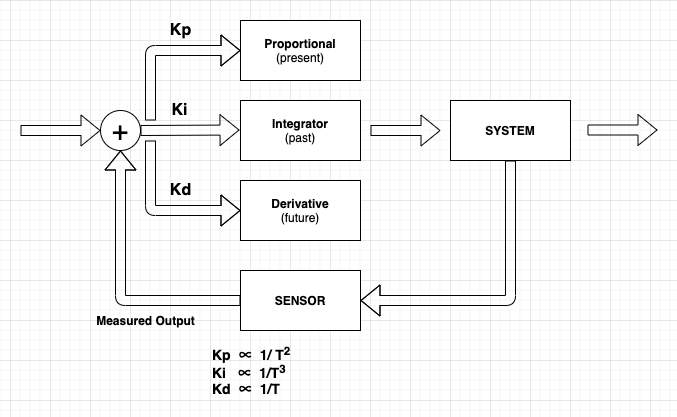
Above: image/PID_architecture.png in tomgtqq/SDC-P8-PID-Controller (draw.io), before the change. Source tidied: cells renumbered, new cells last; positions are measured from the earlier drawing's top-left corner, leaving out a move shared by most shapes. Source of this version:
```xml
<mxGraphModel>
  <root>
    <mxCell id="0" />
    <mxCell id="1" parent="0" />
    <mxCell id="2" value="&lt;b&gt;Proportional&lt;/b&gt;&lt;br&gt;(present)" style="rounded=0;whiteSpace=wrap;html=1;" parent="1" vertex="1">
      <mxGeometry x="220" width="120" height="60" as="geometry" />
    </mxCell>
    <mxCell id="3" value="&lt;b&gt;Integrator&lt;/b&gt;&lt;br&gt;(past)" style="rounded=0;whiteSpace=wrap;html=1;" parent="1" vertex="1">
      <mxGeometry x="220" y="80" width="120" height="60" as="geometry" />
    </mxCell>
    <mxCell id="4" value="&lt;b&gt;Derivative&lt;/b&gt;&lt;br&gt;(future)" style="rounded=0;whiteSpace=wrap;html=1;" parent="1" vertex="1">
      <mxGeometry x="220" y="160" width="120" height="60" as="geometry" />
    </mxCell>
    <mxCell id="5" value="&lt;b&gt;SYSTEM&lt;/b&gt;" style="rounded=0;whiteSpace=wrap;html=1;" parent="1" vertex="1">
      <mxGeometry x="430" y="80" width="120" height="60" as="geometry" />
    </mxCell>
    <mxCell id="6" value="&lt;b&gt;SENSOR&lt;/b&gt;" style="rounded=0;whiteSpace=wrap;html=1;" parent="1" vertex="1">
      <mxGeometry x="220" y="250" width="120" height="60" as="geometry" />
    </mxCell>
    <mxCell id="7" style="shape=flexArrow;endArrow=classic;html=1;entryX=0;entryY=0.5;entryDx=0;entryDy=0;" parent="1" edge="1" target="2">
      <mxGeometry relative="1" as="geometry">
        <mxPoint x="130" y="100" as="sourcePoint" />
        <Array as="points">
          <mxPoint x="130" y="30" />
        </Array>
      </mxGeometry>
    </mxCell>
    <mxCell id="8" style="shape=flexArrow;endArrow=classic;html=1;entryX=0;entryY=0.5;entryDx=0;entryDy=0;" parent="1" edge="1" target="4">
      <mxGeometry relative="1" as="geometry">
        <mxPoint x="130" y="120" as="sourcePoint" />
        <Array as="points">
          <mxPoint x="130" y="190" />
        </Array>
      </mxGeometry>
    </mxCell>
    <mxCell id="9" value="&lt;font style=&quot;font-size: 28px&quot;&gt;+&lt;/font&gt;" style="ellipse;whiteSpace=wrap;html=1;" parent="1" vertex="1">
      <mxGeometry x="80" y="90" width="40" height="40" as="geometry" />
    </mxCell>
    <mxCell id="10" style="shape=flexArrow;endArrow=classic;html=1;" parent="1" edge="1">
      <mxGeometry relative="1" as="geometry">
        <mxPoint y="110" as="sourcePoint" />
        <mxPoint x="80" y="110" as="targetPoint" />
      </mxGeometry>
    </mxCell>
    <mxCell id="11" value="&lt;font style=&quot;font-size: 16px&quot;&gt;Kp&lt;/font&gt;" style="text;html=1;align=center;verticalAlign=middle;fontStyle=1;" parent="1" vertex="1">
      <mxGeometry x="140" width="40" height="20" as="geometry" />
    </mxCell>
    <mxCell id="12" style="shape=flexArrow;endArrow=classic;html=1;" parent="1" edge="1" source="9">
      <mxGeometry relative="1" as="geometry">
        <mxPoint x="219" y="109.5" as="targetPoint" />
      </mxGeometry>
    </mxCell>
    <mxCell id="13" value="&lt;font style=&quot;font-size: 16px&quot;&gt;Ki&lt;/font&gt;" style="text;html=1;align=center;verticalAlign=middle;fontStyle=1;" parent="1" vertex="1">
      <mxGeometry x="144" y="80" width="30" height="20" as="geometry" />
    </mxCell>
    <mxCell id="14" value="&lt;font style=&quot;font-size: 16px&quot;&gt;Kd&lt;/font&gt;" style="text;html=1;align=center;verticalAlign=middle;fontStyle=1;" parent="1" vertex="1">
      <mxGeometry x="140" y="160" width="40" height="20" as="geometry" />
    </mxCell>
    <mxCell id="15" style="shape=flexArrow;endArrow=classic;html=1;" parent="1" edge="1">
      <mxGeometry relative="1" as="geometry">
        <mxPoint x="350" y="110" as="sourcePoint" />
        <mxPoint x="420" y="110" as="targetPoint" />
      </mxGeometry>
    </mxCell>
    <mxCell id="16" style="shape=flexArrow;endArrow=classic;html=1;entryX=1;entryY=0.5;entryDx=0;entryDy=0;exitX=0.5;exitY=1;exitDx=0;exitDy=0;" parent="1" edge="1" source="5" target="6">
      <mxGeometry relative="1" as="geometry">
        <Array as="points">
          <mxPoint x="490" y="280" />
        </Array>
      </mxGeometry>
    </mxCell>
    <mxCell id="17" style="shape=flexArrow;endArrow=classic;html=1;" parent="1" edge="1">
      <mxGeometry relative="1" as="geometry">
        <mxPoint x="567" y="109.5" as="sourcePoint" />
        <mxPoint x="637" y="109.5" as="targetPoint" />
      </mxGeometry>
    </mxCell>
    <mxCell id="18" style="shape=flexArrow;endArrow=classic;html=1;exitX=0;exitY=0.5;exitDx=0;exitDy=0;entryX=0.5;entryY=1;entryDx=0;entryDy=0;" parent="1" edge="1" source="6" target="9">
      <mxGeometry relative="1" as="geometry">
        <Array as="points">
          <mxPoint x="100" y="280" />
        </Array>
      </mxGeometry>
    </mxCell>
    <mxCell id="19" value="&lt;b&gt;&lt;font style=&quot;font-size: 12px&quot;&gt;Measured Output&lt;/font&gt;&lt;/b&gt;" style="text;html=1;align=center;verticalAlign=middle;" parent="1" vertex="1">
      <mxGeometry x="69.5" y="290" width="110" height="20" as="geometry" />
    </mxCell>
    <mxCell id="20" value="&lt;b style=&quot;font-size: 14px&quot;&gt;Kp&amp;nbsp; ∝&amp;nbsp; 1/ T&lt;sup&gt;2&lt;/sup&gt;&amp;nbsp;&lt;br&gt;Ki&amp;nbsp; &amp;nbsp;∝&amp;nbsp; 1/T&lt;sup&gt;3 &lt;/sup&gt;&lt;br&gt;Kd&amp;nbsp; ∝&amp;nbsp; 1/T&lt;/b&gt;" style="text;html=1;strokeColor=none;fillColor=none;align=left;verticalAlign=middle;whiteSpace=wrap;rounded=0;" parent="1" vertex="1">
      <mxGeometry x="190" y="340" width="130" height="20" as="geometry" />
    </mxCell>
  </root>
</mxGraphModel>
```
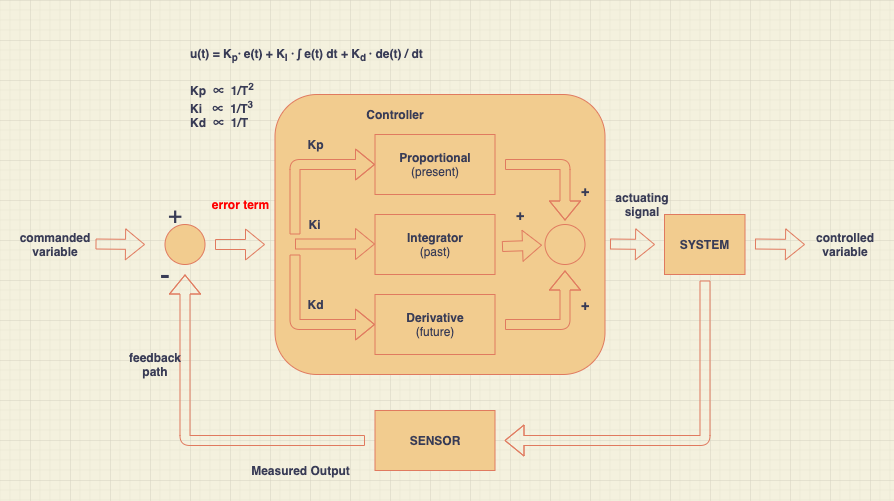
After the commit.

Change to the diagram source:
```diff
@@ -1,92 +1,168 @@
-<mxGraphModel>
+<mxGraphModel background="#F4F1DE">
   <root>
     <mxCell id="0" />
     <mxCell id="1" parent="0" />
-    <mxCell id="2" value="&lt;b&gt;Proportional&lt;/b&gt;&lt;br&gt;(present)" style="rounded=0;whiteSpace=wrap;html=1;" parent="1" vertex="1">
-      <mxGeometry x="220" width="120" height="60" as="geometry" />
+    <mxCell id="2" style="rounded=1;whiteSpace=wrap;html=1;shadow=0;sketch=0;fillColor=#F2CC8F;strokeColor=#E07A5F;fontColor=#393C56;" parent="1" vertex="1">
+      <mxGeometry x="269.5" y="-496" width="330" height="280" as="geometry" />
     </mxCell>
-    <mxCell id="3" value="&lt;b&gt;Integrator&lt;/b&gt;&lt;br&gt;(past)" style="rounded=0;whiteSpace=wrap;html=1;" parent="1" vertex="1">
-      <mxGeometry x="220" y="80" width="120" height="60" as="geometry" />
+    <mxCell id="3" value="&lt;b&gt;Proportional&lt;/b&gt;&lt;br&gt;(present)" style="rounded=0;whiteSpace=wrap;html=1;shadow=0;sketch=0;fillColor=#F2CC8F;strokeColor=#E07A5F;fontColor=#393C56;" parent="1" vertex="1">
+      <mxGeometry x="369.5" y="-456" width="120" height="60" as="geometry" />
     </mxCell>
-    <mxCell id="4" value="&lt;b&gt;Derivative&lt;/b&gt;&lt;br&gt;(future)" style="rounded=0;whiteSpace=wrap;html=1;" parent="1" vertex="1">
-      <mxGeometry x="220" y="160" width="120" height="60" as="geometry" />
+    <mxCell id="4" value="&lt;b&gt;Integrator&lt;/b&gt;&lt;br&gt;(past)" style="rounded=0;whiteSpace=wrap;html=1;shadow=0;sketch=0;fillColor=#F2CC8F;strokeColor=#E07A5F;fontColor=#393C56;" parent="1" vertex="1">
+      <mxGeometry x="369.5" y="-376" width="120" height="60" as="geometry" />
     </mxCell>
-    <mxCell id="5" value="&lt;b&gt;SYSTEM&lt;/b&gt;" style="rounded=0;whiteSpace=wrap;html=1;" parent="1" vertex="1">
-      <mxGeometry x="430" y="80" width="120" height="60" as="geometry" />
+    <mxCell id="5" value="&lt;b&gt;Derivative&lt;/b&gt;&lt;br&gt;(future)" style="rounded=0;whiteSpace=wrap;html=1;shadow=0;sketch=0;fillColor=#F2CC8F;strokeColor=#E07A5F;fontColor=#393C56;" parent="1" vertex="1">
+      <mxGeometry x="369.5" y="-296" width="120" height="60" as="geometry" />
     </mxCell>
-    <mxCell id="6" value="&lt;b&gt;SENSOR&lt;/b&gt;" style="rounded=0;whiteSpace=wrap;html=1;" parent="1" vertex="1">
-      <mxGeometry x="220" y="250" width="120" height="60" as="geometry" />
+    <mxCell id="6" value="&lt;b&gt;SYSTEM&lt;/b&gt;" style="rounded=0;whiteSpace=wrap;html=1;shadow=0;sketch=0;fillColor=#F2CC8F;strokeColor=#E07A5F;fontColor=#393C56;" parent="1" vertex="1">
+      <mxGeometry x="659" y="-376" width="80.5" height="60" as="geometry" />
     </mxCell>
-    <mxCell id="7" style="shape=flexArrow;endArrow=classic;html=1;entryX=0;entryY=0.5;entryDx=0;entryDy=0;" parent="1" edge="1" target="2">
-      <mxGeometry relative="1" as="geometry">
-        <mxPoint x="130" y="100" as="sourcePoint" />
-        <Array as="points">
-          <mxPoint x="130" y="30" />
-        </Array>
-      </mxGeometry>
+    <mxCell id="7" value="&lt;b&gt;SENSOR&lt;/b&gt;" style="rounded=0;whiteSpace=wrap;html=1;shadow=0;sketch=0;fillColor=#F2CC8F;strokeColor=#E07A5F;fontColor=#393C56;" parent="1" vertex="1">
+      <mxGeometry x="369.5" y="-180" width="120" height="60" as="geometry" />
     </mxCell>
-    <mxCell id="8" style="shape=flexArrow;endArrow=classic;html=1;entryX=0;entryY=0.5;entryDx=0;entryDy=0;" parent="1" edge="1" target="4">
+    <mxCell id="8" style="shape=flexArrow;endArrow=classic;html=1;shadow=0;sketch=0;strokeColor=#E07A5F;fontColor=#393C56;labelBackgroundColor=#F4F1DE;" parent="1" edge="1">
       <mxGeometry relative="1" as="geometry">
-        <mxPoint x="130" y="120" as="sourcePoint" />
+        <mxPoint x="289.5" y="-356" as="sourcePoint" />
+        <mxPoint x="369.5" y="-426" as="targetPoint" />
         <Array as="points">
-          <mxPoint x="130" y="190" />
+          <mxPoint x="289.5" y="-426" />
         </Array>
       </mxGeometry>
     </mxCell>
-    <mxCell id="9" value="&lt;font style=&quot;font-size: 28px&quot;&gt;+&lt;/font&gt;" style="ellipse;whiteSpace=wrap;html=1;" parent="1" vertex="1">
-      <mxGeometry x="80" y="90" width="40" height="40" as="geometry" />
+    <mxCell id="9" style="shape=flexArrow;endArrow=classic;html=1;shadow=0;sketch=0;strokeColor=#E07A5F;fontColor=#393C56;labelBackgroundColor=#F4F1DE;" parent="1" edge="1">
+      <mxGeometry relative="1" as="geometry">
+        <mxPoint x="289.5" y="-336" as="sourcePoint" />
+        <mxPoint x="369.5" y="-266" as="targetPoint" />
+        <Array as="points">
+          <mxPoint x="289.5" y="-266" />
+        </Array>
+      </mxGeometry>
     </mxCell>
-    <mxCell id="10" style="shape=flexArrow;endArrow=classic;html=1;" parent="1" edge="1">
-      <mxGeometry relative="1" as="geometry">
-        <mxPoint y="110" as="sourcePoint" />
-        <mxPoint x="80" y="110" as="targetPoint" />
-      </mxGeometry>
+    <mxCell id="10" style="ellipse;whiteSpace=wrap;html=1;shadow=0;sketch=0;fillColor=#F2CC8F;strokeColor=#E07A5F;fontColor=#393C56;" parent="1" vertex="1">
+      <mxGeometry x="159.5" y="-366" width="40" height="40" as="geometry" />
     </mxCell>
-    <mxCell id="11" value="&lt;font style=&quot;font-size: 16px&quot;&gt;Kp&lt;/font&gt;" style="text;html=1;align=center;verticalAlign=middle;fontStyle=1;" parent="1" vertex="1">
-      <mxGeometry x="140" width="40" height="20" as="geometry" />
+    <mxCell id="11" style="shape=flexArrow;endArrow=classic;html=1;shadow=0;sketch=0;strokeColor=#E07A5F;fontColor=#393C56;labelBackgroundColor=#F4F1DE;" parent="1" edge="1">
+      <mxGeometry relative="1" as="geometry">
+        <mxPoint x="90" y="-346.5" as="sourcePoint" />
+        <mxPoint x="139.5" y="-346" as="targetPoint" />
+      </mxGeometry>
     </mxCell>
-    <mxCell id="12" style="shape=flexArrow;endArrow=classic;html=1;" parent="1" edge="1" source="9">
-      <mxGeometry relative="1" as="geometry">
-        <mxPoint x="219" y="109.5" as="targetPoint" />
-      </mxGeometry>
+    <mxCell id="12" value="&lt;font style=&quot;font-size: 12px&quot;&gt;Kp&lt;/font&gt;" style="text;html=1;align=center;verticalAlign=middle;fontStyle=1;shadow=0;sketch=0;fontColor=#393C56;" parent="1" vertex="1">
+      <mxGeometry x="294.5" y="-456" width="30" height="20" as="geometry" />
     </mxCell>
-    <mxCell id="13" value="&lt;font style=&quot;font-size: 16px&quot;&gt;Ki&lt;/font&gt;" style="text;html=1;align=center;verticalAlign=middle;fontStyle=1;" parent="1" vertex="1">
-      <mxGeometry x="144" y="80" width="30" height="20" as="geometry" />
+    <mxCell id="13" value="&lt;font style=&quot;font-size: 12px&quot;&gt;Ki&lt;/font&gt;" style="text;html=1;align=center;verticalAlign=middle;fontStyle=1;shadow=0;sketch=0;fontColor=#393C56;" parent="1" vertex="1">
+      <mxGeometry x="293.5" y="-376" width="30" height="20" as="geometry" />
     </mxCell>
-    <mxCell id="14" value="&lt;font style=&quot;font-size: 16px&quot;&gt;Kd&lt;/font&gt;" style="text;html=1;align=center;verticalAlign=middle;fontStyle=1;" parent="1" vertex="1">
-      <mxGeometry x="140" y="160" width="40" height="20" as="geometry" />
+    <mxCell id="14" value="&lt;font style=&quot;font-size: 12px&quot;&gt;Kd&lt;/font&gt;" style="text;html=1;align=center;verticalAlign=middle;fontStyle=1;shadow=0;sketch=0;fontColor=#393C56;" parent="1" vertex="1">
+      <mxGeometry x="294.5" y="-296" width="30" height="20" as="geometry" />
     </mxCell>
-    <mxCell id="15" style="shape=flexArrow;endArrow=classic;html=1;" parent="1" edge="1">
+    <mxCell id="15" style="shape=flexArrow;endArrow=classic;html=1;shadow=0;sketch=0;strokeColor=#E07A5F;fontColor=#393C56;labelBackgroundColor=#F4F1DE;" parent="1" edge="1">
       <mxGeometry relative="1" as="geometry">
-        <mxPoint x="350" y="110" as="sourcePoint" />
-        <mxPoint x="420" y="110" as="targetPoint" />
+        <mxPoint x="604.5" y="-346.5" as="sourcePoint" />
+        <mxPoint x="649.5" y="-346" as="targetPoint" />
       </mxGeometry>
     </mxCell>
-    <mxCell id="16" style="shape=flexArrow;endArrow=classic;html=1;entryX=1;entryY=0.5;entryDx=0;entryDy=0;exitX=0.5;exitY=1;exitDx=0;exitDy=0;" parent="1" edge="1" source="5" target="6">
+    <mxCell id="16" style="shape=flexArrow;endArrow=classic;html=1;shadow=0;sketch=0;strokeColor=#E07A5F;fontColor=#393C56;labelBackgroundColor=#F4F1DE;" parent="1" edge="1">
       <mxGeometry relative="1" as="geometry">
+        <mxPoint x="699.5" y="-310" as="sourcePoint" />
+        <mxPoint x="499" y="-150" as="targetPoint" />
         <Array as="points">
-          <mxPoint x="490" y="280" />
+          <mxPoint x="699.5" y="-150" />
         </Array>
       </mxGeometry>
     </mxCell>
-    <mxCell id="17" style="shape=flexArrow;endArrow=classic;html=1;" parent="1" edge="1">
+    <mxCell id="17" style="shape=flexArrow;endArrow=classic;html=1;shadow=0;sketch=0;strokeColor=#E07A5F;fontColor=#393C56;labelBackgroundColor=#F4F1DE;" parent="1" edge="1">
       <mxGeometry relative="1" as="geometry">
-        <mxPoint x="567" y="109.5" as="sourcePoint" />
-        <mxPoint x="637" y="109.5" as="targetPoint" />
+        <mxPoint x="749.5" y="-346.5" as="sourcePoint" />
+        <mxPoint x="799.5" y="-346" as="targetPoint" />
       </mxGeometry>
     </mxCell>
-    <mxCell id="18" style="shape=flexArrow;endArrow=classic;html=1;exitX=0;exitY=0.5;exitDx=0;exitDy=0;entryX=0.5;entryY=1;entryDx=0;entryDy=0;" parent="1" edge="1" source="6" target="9">
+    <mxCell id="18" style="shape=flexArrow;endArrow=classic;html=1;entryX=1;entryY=0.5;entryDx=0;entryDy=0;shadow=0;sketch=0;strokeColor=#E07A5F;fontColor=#393C56;labelBackgroundColor=#F4F1DE;" parent="1" edge="1" target="21">
       <mxGeometry relative="1" as="geometry">
+        <mxPoint x="359.5" y="-150" as="sourcePoint" />
         <Array as="points">
-          <mxPoint x="100" y="280" />
+          <mxPoint x="259.5" y="-150" />
+          <mxPoint x="179.5" y="-150" />
         </Array>
       </mxGeometry>
     </mxCell>
-    <mxCell id="19" value="&lt;b&gt;&lt;font style=&quot;font-size: 12px&quot;&gt;Measured Output&lt;/font&gt;&lt;/b&gt;" style="text;html=1;align=center;verticalAlign=middle;" parent="1" vertex="1">
-      <mxGeometry x="69.5" y="290" width="110" height="20" as="geometry" />
+    <mxCell id="19" value="&lt;b&gt;&lt;font style=&quot;font-size: 12px&quot;&gt;Measured Output&lt;/font&gt;&lt;/b&gt;" style="text;html=1;align=center;verticalAlign=middle;shadow=0;sketch=0;fontColor=#393C56;" parent="1" vertex="1">
+      <mxGeometry x="239.5" y="-130" width="110" height="20" as="geometry" />
     </mxCell>
-    <mxCell id="20" value="&lt;b style=&quot;font-size: 14px&quot;&gt;Kp&amp;nbsp; ∝&amp;nbsp; 1/ T&lt;sup&gt;2&lt;/sup&gt;&amp;nbsp;&lt;br&gt;Ki&amp;nbsp; &amp;nbsp;∝&amp;nbsp; 1/T&lt;sup&gt;3 &lt;/sup&gt;&lt;br&gt;Kd&amp;nbsp; ∝&amp;nbsp; 1/T&lt;/b&gt;" style="text;html=1;strokeColor=none;fillColor=none;align=left;verticalAlign=middle;whiteSpace=wrap;rounded=0;" parent="1" vertex="1">
-      <mxGeometry x="190" y="340" width="130" height="20" as="geometry" />
+    <mxCell id="20" value="&lt;font style=&quot;font-size: 24px&quot;&gt;+&lt;/font&gt;" style="text;html=1;strokeColor=none;fillColor=none;align=center;verticalAlign=middle;whiteSpace=wrap;rounded=0;shadow=0;sketch=0;fontColor=#393C56;" parent="1" vertex="1">
+      <mxGeometry x="150" y="-386" width="40" height="20" as="geometry" />
     </mxCell>
+    <mxCell id="21" value="&lt;font style=&quot;font-size: 30px&quot;&gt;-&lt;/font&gt;" style="text;html=1;strokeColor=none;fillColor=none;align=center;verticalAlign=middle;whiteSpace=wrap;rounded=0;shadow=0;sketch=0;fontColor=#393C56;" parent="1" vertex="1">
+      <mxGeometry x="139.5" y="-326" width="40" height="20" as="geometry" />
+    </mxCell>
+    <mxCell id="22" value="&lt;h1&gt;&lt;font style=&quot;font-size: 12px&quot;&gt;u(t) = K&lt;sub&gt;p&lt;/sub&gt;·&lt;sub&gt;&amp;nbsp;&lt;/sub&gt;e(t) + K&lt;sub&gt;I&lt;/sub&gt;&amp;nbsp;· ∫ e(t) dt + K&lt;sub&gt;d &lt;/sub&gt;· de(t) / dt&lt;/font&gt;&lt;/h1&gt;&lt;p&gt;&lt;div&gt;&lt;b&gt;Kp&amp;nbsp; ∝&amp;nbsp; 1/T&lt;sup&gt;2&lt;/sup&gt;&amp;nbsp;&lt;/b&gt;&lt;/div&gt;&lt;b&gt;&lt;div&gt;&lt;b&gt;Ki&amp;nbsp; &amp;nbsp;∝&amp;nbsp; 1/T&lt;sup&gt;3&amp;nbsp;&lt;/sup&gt;&lt;/b&gt;&lt;/div&gt;&lt;font style=&quot;font-size: 12px&quot;&gt;&lt;div&gt;&lt;b&gt;Kd&amp;nbsp; ∝&amp;nbsp; 1/T&lt;/b&gt;&lt;/div&gt;&lt;/font&gt;&lt;/b&gt;&lt;/p&gt;" style="text;html=1;strokeColor=none;fillColor=none;spacing=5;spacingTop=-20;whiteSpace=wrap;overflow=hidden;rounded=0;shadow=0;sketch=0;align=left;fontColor=#393C56;" parent="1" vertex="1">
+      <mxGeometry x="179.5" y="-560" width="280" height="120" as="geometry" />
+    </mxCell>
+    <mxCell id="23" value="&lt;b&gt;&lt;font style=&quot;font-size: 12px&quot;&gt;actuating signal&lt;/font&gt;&lt;/b&gt;" style="text;html=1;strokeColor=none;fillColor=none;align=center;verticalAlign=middle;whiteSpace=wrap;rounded=0;shadow=0;sketch=0;fontColor=#393C56;" parent="1" vertex="1">
+      <mxGeometry x="616.5" y="-396" width="40" height="20" as="geometry" />
+    </mxCell>
+    <mxCell id="24" value="&lt;b&gt;controlled variable&lt;/b&gt;" style="text;html=1;strokeColor=none;fillColor=none;align=center;verticalAlign=middle;whiteSpace=wrap;rounded=0;shadow=0;sketch=0;fontColor=#393C56;" parent="1" vertex="1">
+      <mxGeometry x="819.5" y="-356" width="40" height="20" as="geometry" />
+    </mxCell>
+    <mxCell id="25" value="&lt;b&gt;feedback path&lt;/b&gt;" style="text;html=1;strokeColor=none;fillColor=none;align=center;verticalAlign=middle;whiteSpace=wrap;rounded=0;shadow=0;sketch=0;fontColor=#393C56;" parent="1" vertex="1">
+      <mxGeometry x="130" y="-236" width="40" height="20" as="geometry" />
+    </mxCell>
+    <mxCell id="26" value="&lt;b&gt;commanded&lt;br&gt;variable&lt;br&gt;&lt;/b&gt;" style="text;html=1;strokeColor=none;fillColor=none;align=center;verticalAlign=middle;whiteSpace=wrap;rounded=0;shadow=0;sketch=0;fontColor=#393C56;" parent="1" vertex="1">
+      <mxGeometry x="30" y="-356" width="40" height="20" as="geometry" />
+    </mxCell>
+    <mxCell id="27" value="&lt;b&gt;&lt;font color=&quot;#ff0000&quot;&gt;error term&lt;/font&gt;&lt;/b&gt;" style="text;html=1;align=center;verticalAlign=middle;shadow=0;sketch=0;fontColor=#393C56;" parent="1" vertex="1">
+      <mxGeometry x="199.5" y="-396" width="70" height="20" as="geometry" />
+    </mxCell>
+    <mxCell id="28" style="shape=flexArrow;endArrow=classic;html=1;shadow=0;sketch=0;strokeColor=#E07A5F;fontColor=#393C56;labelBackgroundColor=#F4F1DE;" parent="1" edge="1">
+      <mxGeometry relative="1" as="geometry">
+        <mxPoint x="209.5" y="-346" as="sourcePoint" />
+        <mxPoint x="259.5" y="-346" as="targetPoint" />
+      </mxGeometry>
+    </mxCell>
+    <mxCell id="29" value="&lt;b&gt;Controller&lt;/b&gt;" style="text;html=1;strokeColor=none;fillColor=none;align=center;verticalAlign=middle;whiteSpace=wrap;rounded=0;shadow=0;sketch=0;fontColor=#393C56;" parent="1" vertex="1">
+      <mxGeometry x="369.5" y="-486" width="40" height="20" as="geometry" />
+    </mxCell>
+    <mxCell id="30" style="shape=flexArrow;endArrow=classic;html=1;shadow=0;sketch=0;strokeColor=#E07A5F;fontColor=#393C56;labelBackgroundColor=#F4F1DE;" parent="1" edge="1">
+      <mxGeometry relative="1" as="geometry">
+        <mxPoint x="289.5" y="-346.5" as="sourcePoint" />
+        <mxPoint x="369.5" y="-346.5" as="targetPoint" />
+      </mxGeometry>
+    </mxCell>
+    <mxCell id="31" style="ellipse;whiteSpace=wrap;html=1;shadow=0;sketch=0;fillColor=#F2CC8F;strokeColor=#E07A5F;fontColor=#393C56;" parent="1" vertex="1">
+      <mxGeometry x="539.5" y="-366" width="40" height="40" as="geometry" />
+    </mxCell>
+    <mxCell id="32" value="&lt;b&gt;&lt;font style=&quot;font-size: 14px&quot;&gt;+&lt;/font&gt;&lt;/b&gt;" style="text;html=1;strokeColor=none;fillColor=none;align=center;verticalAlign=middle;whiteSpace=wrap;rounded=0;shadow=0;sketch=0;fontColor=#393C56;" parent="1" vertex="1">
+      <mxGeometry x="559.5" y="-410" width="40" height="20" as="geometry" />
+    </mxCell>
+    <mxCell id="33" style="shape=flexArrow;endArrow=classic;html=1;shadow=0;sketch=0;strokeColor=#E07A5F;fontColor=#393C56;labelBackgroundColor=#F4F1DE;" parent="1" edge="1">
+      <mxGeometry relative="1" as="geometry">
+        <mxPoint x="499.5" y="-426" as="sourcePoint" />
+        <mxPoint x="559.5" y="-370" as="targetPoint" />
+        <Array as="points">
+          <mxPoint x="559.5" y="-426" />
+        </Array>
+      </mxGeometry>
+    </mxCell>
+    <mxCell id="34" style="shape=flexArrow;endArrow=classic;html=1;shadow=0;sketch=0;strokeColor=#E07A5F;fontColor=#393C56;labelBackgroundColor=#F4F1DE;" parent="1" edge="1">
+      <mxGeometry relative="1" as="geometry">
+        <mxPoint x="496.5" y="-344" as="sourcePoint" />
+        <mxPoint x="536.5" y="-345.3" as="targetPoint" />
+      </mxGeometry>
+    </mxCell>
+    <mxCell id="35" value="&lt;b&gt;&lt;font style=&quot;font-size: 14px&quot;&gt;+&lt;/font&gt;&lt;/b&gt;" style="text;html=1;strokeColor=none;fillColor=none;align=center;verticalAlign=middle;whiteSpace=wrap;rounded=0;shadow=0;sketch=0;fontColor=#393C56;" parent="1" vertex="1">
+      <mxGeometry x="494.5" y="-386" width="40" height="20" as="geometry" />
+    </mxCell>
+    <mxCell id="36" style="shape=flexArrow;endArrow=classic;html=1;shadow=0;sketch=0;strokeColor=#E07A5F;fontColor=#393C56;labelBackgroundColor=#F4F1DE;" parent="1" edge="1">
+      <mxGeometry relative="1" as="geometry">
+        <mxPoint x="499.5" y="-266" as="sourcePoint" />
+        <mxPoint x="559.5" y="-320" as="targetPoint" />
+        <Array as="points">
+          <mxPoint x="559.5" y="-266" />
+        </Array>
+      </mxGeometry>
+    </mxCell>
+    <mxCell id="37" value="&lt;b&gt;&lt;font style=&quot;font-size: 14px&quot;&gt;+&lt;/font&gt;&lt;/b&gt;" style="text;html=1;strokeColor=none;fillColor=none;align=center;verticalAlign=middle;whiteSpace=wrap;rounded=0;shadow=0;sketch=0;fontColor=#393C56;" parent="1" vertex="1">
+      <mxGeometry x="559.5" y="-296" width="40" height="20" as="geometry" />
+    </mxCell>
   </root>
 </mxGraphModel>
```
